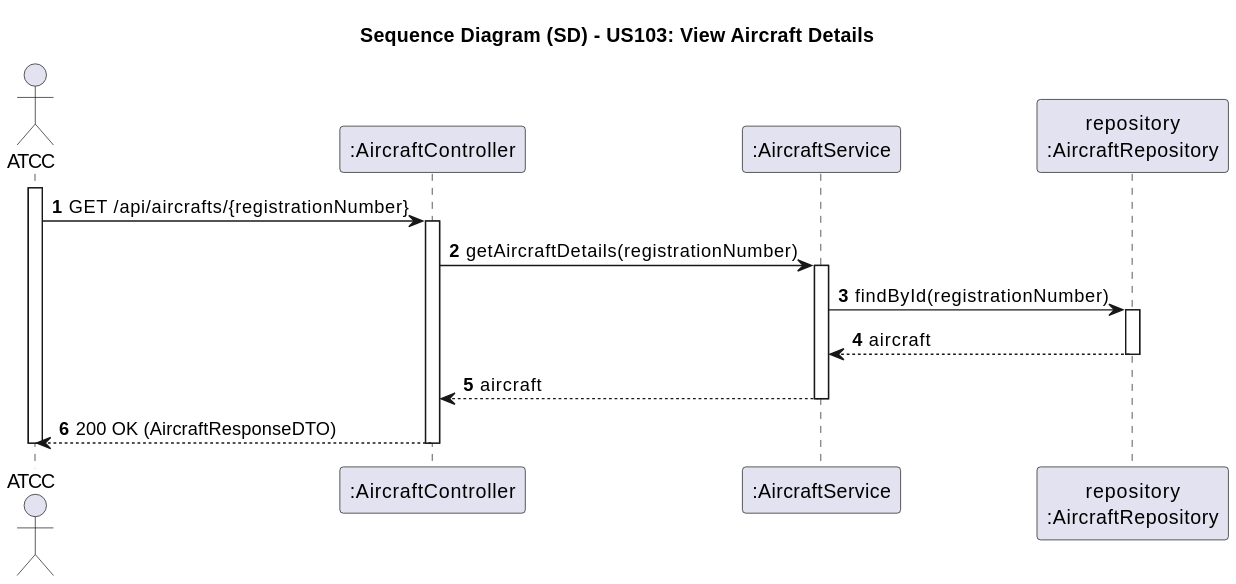
This is docs/use-cases/WP#1A/US103/svg/US103-SD.svg from Andre-1240567/psoft2026_2DB_1240567_1241013_1240624, a PlantUML export, as it was before one commit.
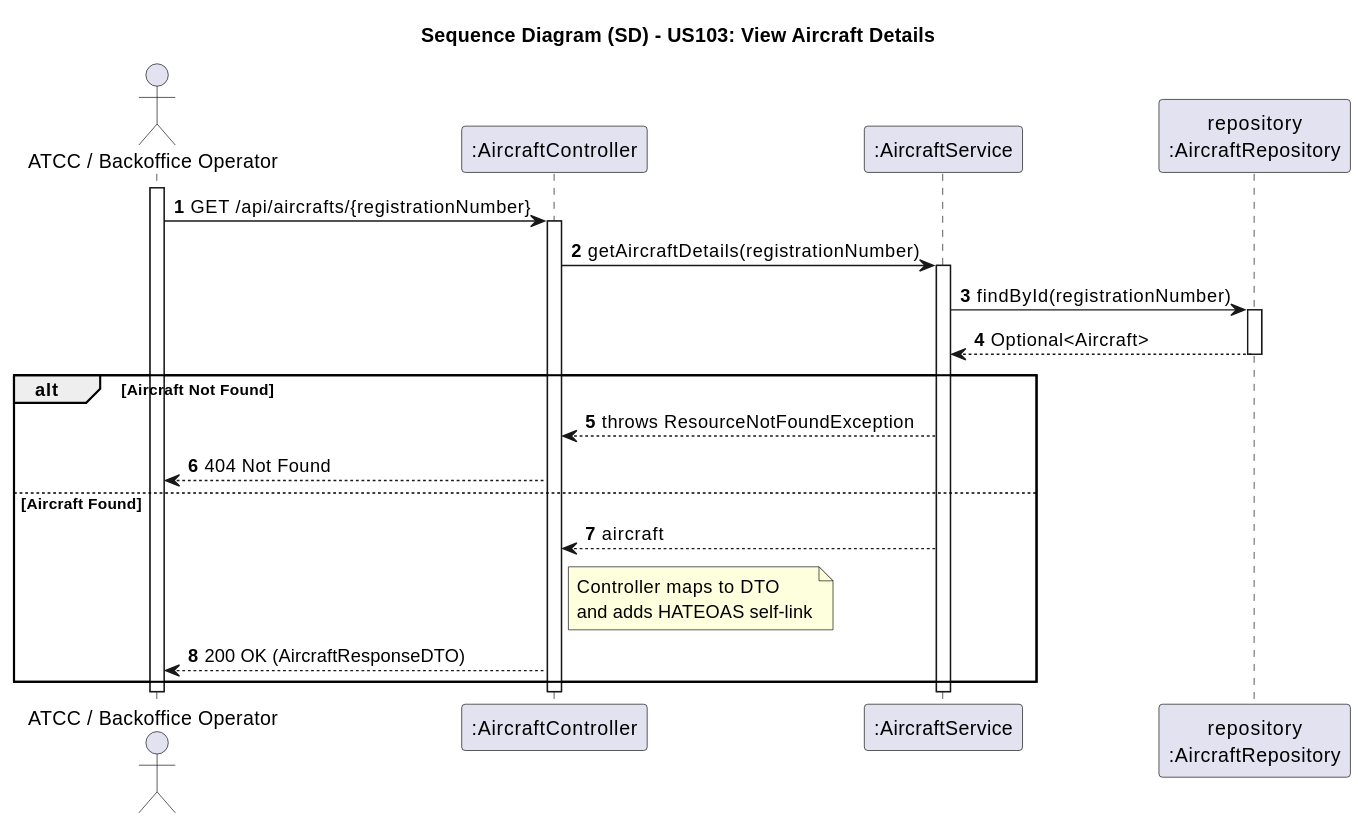
After the commit.

What changed in the source:
```diff
@@ -2,13 +2,13 @@
 autonumber
 title Sequence Diagram (SD) - US103: View Aircraft Details
 
-actor "ATCC" as ATCC
+actor "ATCC / Backoffice Operator" as Actor
 participant ":AircraftController" as Ctrl
 participant ":AircraftService" as Service
 participant "repository\n:AircraftRepository" as Repo
 
-activate ATCC
-ATCC -> Ctrl: GET /api/aircrafts/{registrationNumber}
+activate Actor
+Actor -> Ctrl: GET /api/aircrafts/{registrationNumber}
 activate Ctrl
 
 Ctrl -> Service: getAircraftDetails(registrationNumber)
@@ -16,13 +16,20 @@
 
 Service -> Repo: findById(registrationNumber)
 activate Repo
-Repo --> Service: aircraft
+Repo --> Service: Optional<Aircraft>
 deactivate Repo
 
-Service --> Ctrl: aircraft
+alt Aircraft Not Found
+    Service --> Ctrl: throws ResourceNotFoundException
+    Ctrl --> Actor: 404 Not Found
+else Aircraft Found
+    Service --> Ctrl: aircraft
+
+    note right of Ctrl: Controller maps to DTO\nand adds HATEOAS self-link
+
+    Ctrl --> Actor: 200 OK (AircraftResponseDTO)
+end
 deactivate Service
-
-Ctrl --> ATCC: 200 OK (AircraftResponseDTO)
 deactivate Ctrl
-deactivate ATCC
+deactivate Actor
 @enduml
```
